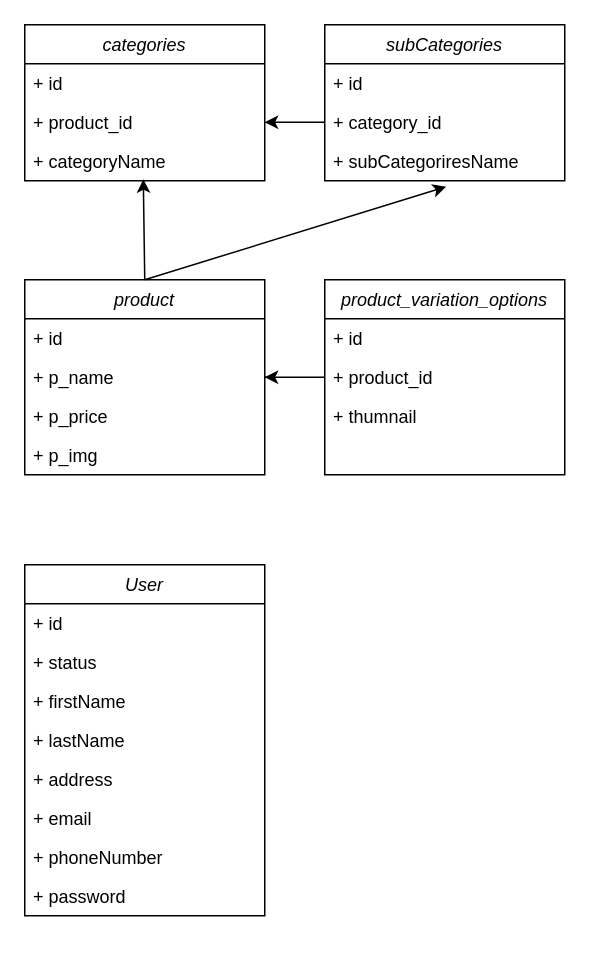
tuantransn2001/lenleys_fullstack keeps this draw.io diagram as Untitled Diagram.drawio. Above is the earlier version. Source tidied: cells renumbered, new cells numbered last; positions are measured from the earlier drawing's top-left corner, leaving out a move shared by most shapes. Both pictures are drawn from the tidied source at 150%, with x=0, y=0 at pixel (24, 24).
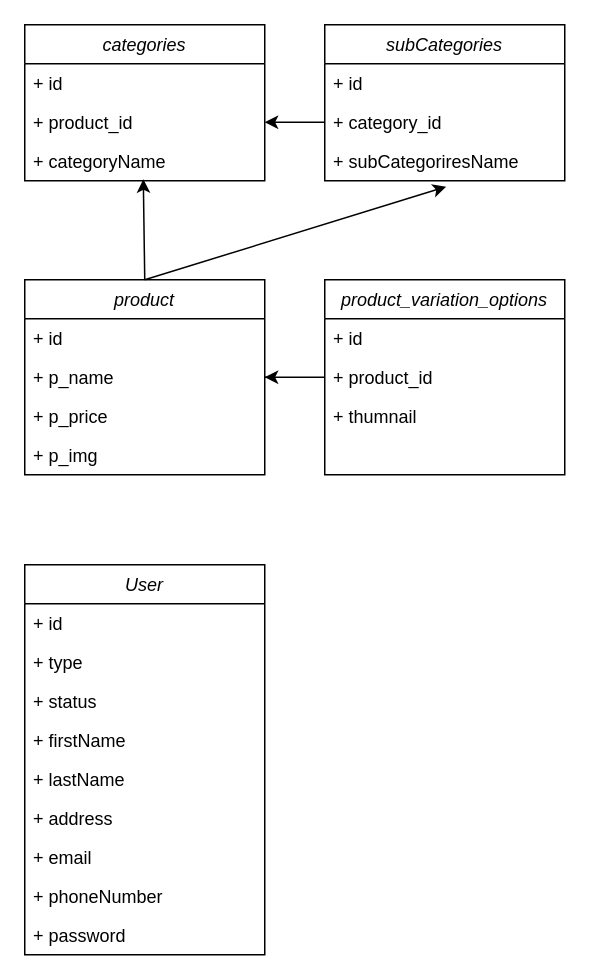
The same page after the edit.

What changed in the source:
```diff
@@
     <mxCell id="11" value="User" style="swimlane;fontStyle=2;align=center;verticalAlign=top;horizontal=1;startSize=26;rounded=0;shadow=0;strokeWidth=1;" parent="1" vertex="1">
-      <mxGeometry y="360" width="160" height="234" as="geometry" />
+      <mxGeometry y="360" width="160" height="260" as="geometry" />
     </mxCell>
@@
+    <mxCell id="32" value="+ type" style="text;align=left;verticalAlign=top;spacingLeft=4;spacingRight=4;overflow=hidden;" parent="11" vertex="1">
+      <mxGeometry y="52" width="160" height="26" as="geometry" />
+    </mxCell>
     <mxCell id="13" value="+ status" style="text;align=left;verticalAlign=top;spacingLeft=4;spacingRight=4;overflow=hidden;rounded=0;shadow=0;html=0;" parent="11" vertex="1">
-      <mxGeometry y="52" width="160" height="26" as="geometry" />
+      <mxGeometry y="78" width="160" height="26" as="geometry" />
     </mxCell>
     <mxCell id="14" value="+ firstName" style="text;align=left;verticalAlign=top;spacingLeft=4;spacingRight=4;overflow=hidden;rounded=0;shadow=0;html=0;" parent="11" vertex="1">
-      <mxGeometry y="78" width="160" height="26" as="geometry" />
+      <mxGeometry y="104" width="160" height="26" as="geometry" />
     </mxCell>
     <mxCell id="15" value="+ lastName" style="text;align=left;verticalAlign=top;spacingLeft=4;spacingRight=4;overflow=hidden;rounded=0;shadow=0;html=0;" parent="11" vertex="1">
-      <mxGeometry y="104" width="160" height="26" as="geometry" />
+      <mxGeometry y="130" width="160" height="26" as="geometry" />
     </mxCell>
     <mxCell id="16" value="+ address&#10;" style="text;align=left;verticalAlign=top;spacingLeft=4;spacingRight=4;overflow=hidden;rounded=0;shadow=0;html=0;" parent="11" vertex="1">
-      <mxGeometry y="130" width="160" height="26" as="geometry" />
+      <mxGeometry y="156" width="160" height="26" as="geometry" />
     </mxCell>
     <mxCell id="17" value="+ email&#10;" style="text;align=left;verticalAlign=top;spacingLeft=4;spacingRight=4;overflow=hidden;rounded=0;shadow=0;html=0;" parent="11" vertex="1">
-      <mxGeometry y="156" width="160" height="26" as="geometry" />
+      <mxGeometry y="182" width="160" height="26" as="geometry" />
     </mxCell>
     <mxCell id="18" value="+ phoneNumber&#10;" style="text;align=left;verticalAlign=top;spacingLeft=4;spacingRight=4;overflow=hidden;rounded=0;shadow=0;html=0;" parent="11" vertex="1">
-      <mxGeometry y="182" width="160" height="26" as="geometry" />
+      <mxGeometry y="208" width="160" height="26" as="geometry" />
     </mxCell>
     <mxCell id="19" value="+ password&#10;" style="text;align=left;verticalAlign=top;spacingLeft=4;spacingRight=4;overflow=hidden;rounded=0;shadow=0;html=0;" parent="11" vertex="1">
-      <mxGeometry y="208" width="160" height="26" as="geometry" />
+      <mxGeometry y="234" width="160" height="26" as="geometry" />
     </mxCell>
```
